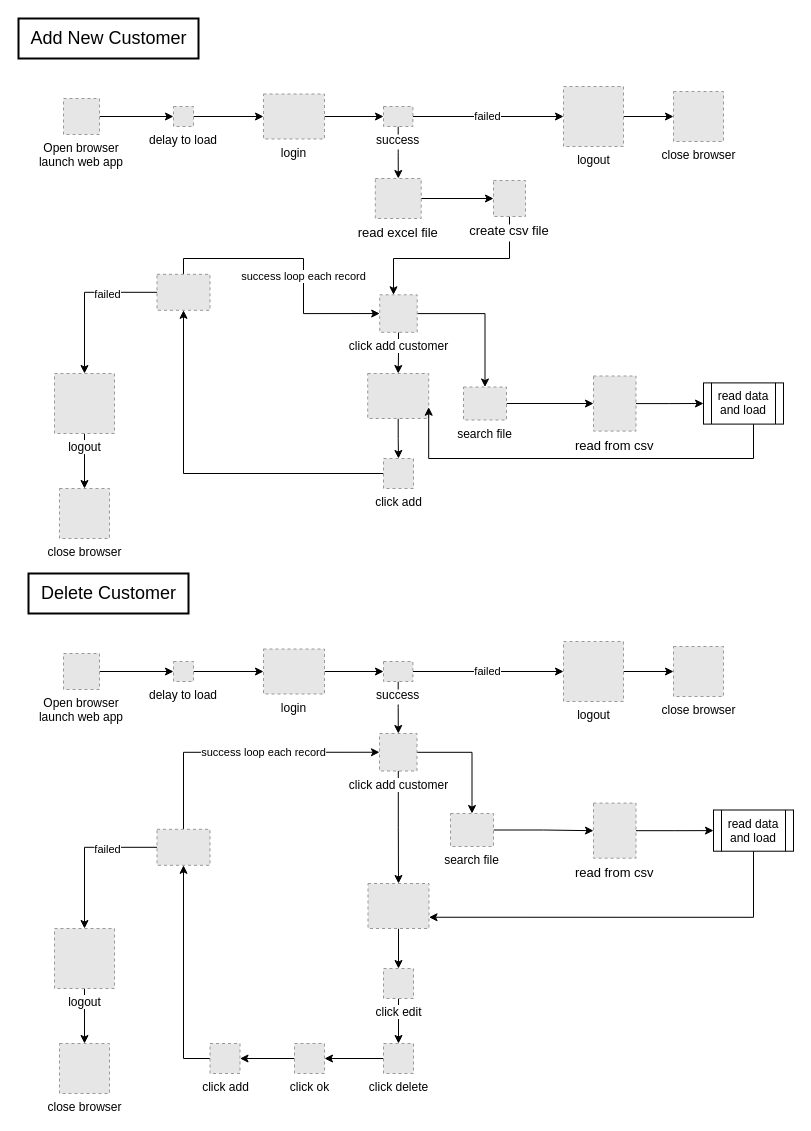
This is rpa-customer-data-load.drawio from jfruiz11375/rpa-diagrams, a draw.io file, before an edit. Source tidied: cells renumbered, new cells numbered last; positions are measured from the earlier drawing's top-left corner, leaving out a move shared by most shapes. Both pictures are drawn from the tidied source at 100%, with x=0, y=0 at pixel (18, 18). Pictures stored in the file or linked from it are replaced by grey dashed boxes.
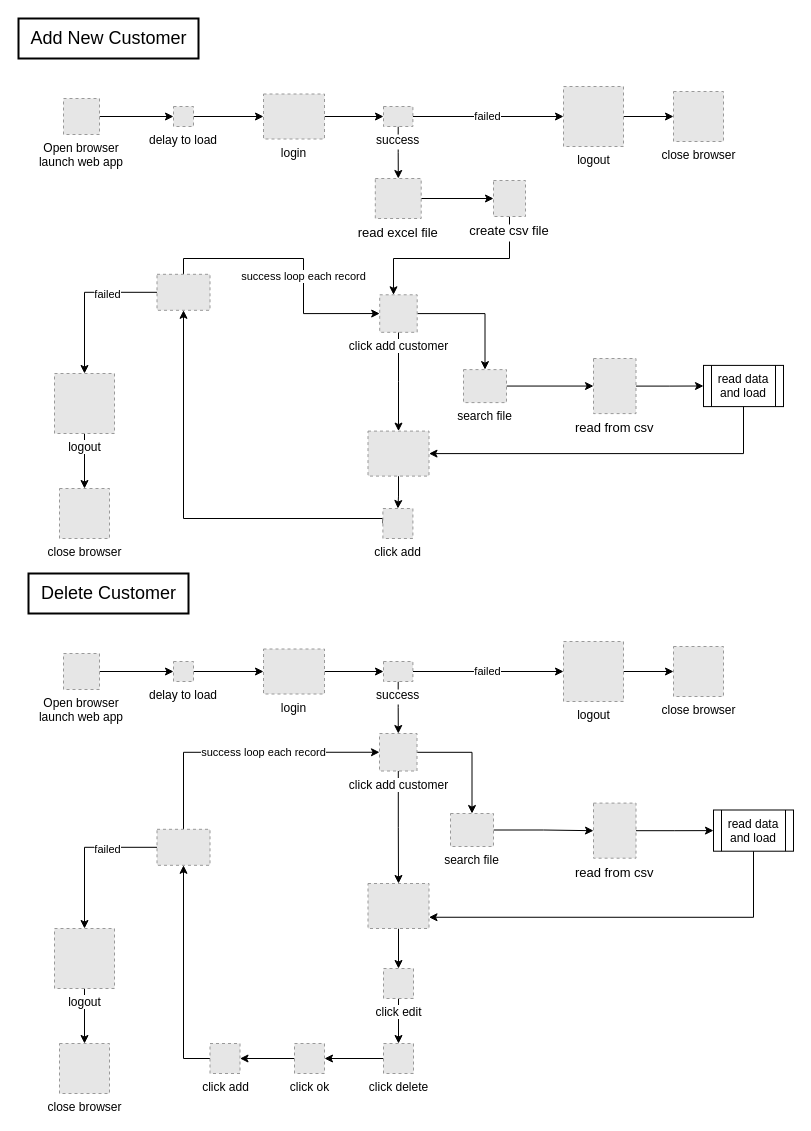
The same diagram, later.

Commit message:
update the read fril csv file

Unchanged cells that the change refers to:
```xml
<mxCell id="25" style="fillColor=#E6E6E6;strokeColor=#999999;dashed=1;verticalLabelPosition=bottom;labelBackgroundColor=#ffffff;verticalAlign=top;" parent="1" vertex="1">
  <mxGeometry x="138.5" y="255.8" width="53" height="36" as="geometry" />
</mxCell>
```

Diff of the diagram source:
```diff
@@
     <mxCell id="3" value="search file" style="fillColor=#E6E6E6;strokeColor=#999999;dashed=1;verticalLabelPosition=bottom;labelBackgroundColor=#ffffff;verticalAlign=top;" parent="1" vertex="1">
-      <mxGeometry x="445" y="368.5" width="43" height="33" as="geometry" />
+      <mxGeometry x="445" y="351.1" width="43" height="33" as="geometry" />
     </mxCell>
@@
     <mxCell id="7" style="fillColor=#E6E6E6;strokeColor=#999999;dashed=1;verticalLabelPosition=bottom;labelBackgroundColor=#ffffff;verticalAlign=top;" parent="1" vertex="1">
-      <mxGeometry x="349.2" y="355" width="61" height="45" as="geometry" />
+      <mxGeometry x="349.5" y="412.6" width="61" height="45" as="geometry" />
     </mxCell>
@@
-    <mxCell id="19" style="edgeStyle=orthogonalEdgeStyle;rounded=0;jettySize=auto;html=1;entryX=1;entryY=0.75;entryDx=0;entryDy=0;" parent="1" edge="1" source="20" target="7">
+    <mxCell id="19" style="edgeStyle=orthogonalEdgeStyle;rounded=0;jettySize=auto;html=1;entryX=1;entryY=0.5;entryDx=0;entryDy=0;fontSize=13;" parent="1" edge="1" source="20" target="7">
       <mxGeometry relative="1" as="geometry">
         <Array as="points">
-          <mxPoint x="735" y="440" />
-          <mxPoint x="410" y="440" />
+          <mxPoint x="725" y="435" />
         </Array>
       </mxGeometry>
     </mxCell>
     <mxCell id="20" value="read data and load" style="shape=process;whiteSpace=wrap;html=1;backgroundOutline=1;verticalAlign=top;labelBackgroundColor=#ffffff;" parent="1" vertex="1">
-      <mxGeometry x="685" y="364.4" width="80" height="41.2" as="geometry" />
+      <mxGeometry x="685" y="346.9" width="80" height="41.2" as="geometry" />
     </mxCell>
     <mxCell id="21" style="edgeStyle=orthogonalEdgeStyle;rounded=0;jettySize=auto;html=1;entryX=0.5;entryY=1;entryDx=0;entryDy=0;exitX=0;exitY=0.5;exitDx=0;exitDy=0;" parent="1" edge="1" source="22" target="25">
       <mxGeometry relative="1" as="geometry">
         <Array as="points">
-          <mxPoint x="165" y="455" />
+          <mxPoint x="364" y="500" />
+          <mxPoint x="165" y="500" />
         </Array>
       </mxGeometry>
     </mxCell>
     <mxCell id="22" value="click add" style="fillColor=#E6E6E6;strokeColor=#999999;dashed=1;html=1;verticalAlign=top;verticalLabelPosition=bottom;labelBackgroundColor=#ffffff;" parent="1" vertex="1">
-      <mxGeometry x="365" y="440" width="30" height="30" as="geometry" />
+      <mxGeometry x="364.4" y="490" width="30" height="30" as="geometry" />
     </mxCell>
@@
     <mxCell id="70" value="read from csv" style="fillColor=#E6E6E6;strokeColor=#999999;dashed=1;verticalLabelPosition=bottom;labelBackgroundColor=#ffffff;verticalAlign=top;fontSize=13;" parent="1" vertex="1">
-      <mxGeometry x="575" y="357.5" width="42.5" height="55.1" as="geometry" />
+      <mxGeometry x="575" y="340" width="42.5" height="55.1" as="geometry" />
     </mxCell>
```
